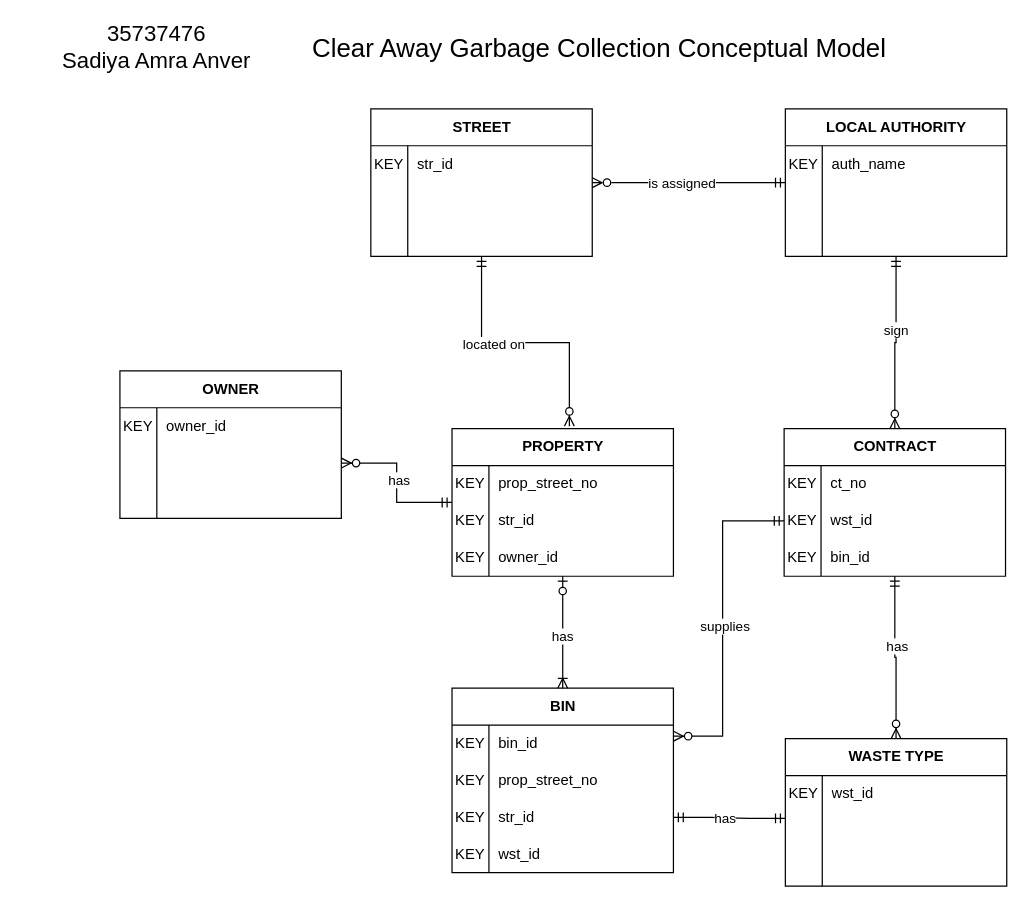
The draw.io diagram page "Entities and Keys" (1 of 3) of Assignments/Ass1/ca_conceptual.drawio in aanv0002/bigrig-movers-sql-database, before the edit. Source tidied: cells renumbered, new cells numbered last; positions are measured from the earlier drawing's top-left corner, leaving out a move shared by most shapes. Both pictures are drawn from the tidied source at 123%, with x=0, y=0 at pixel (21, 28).
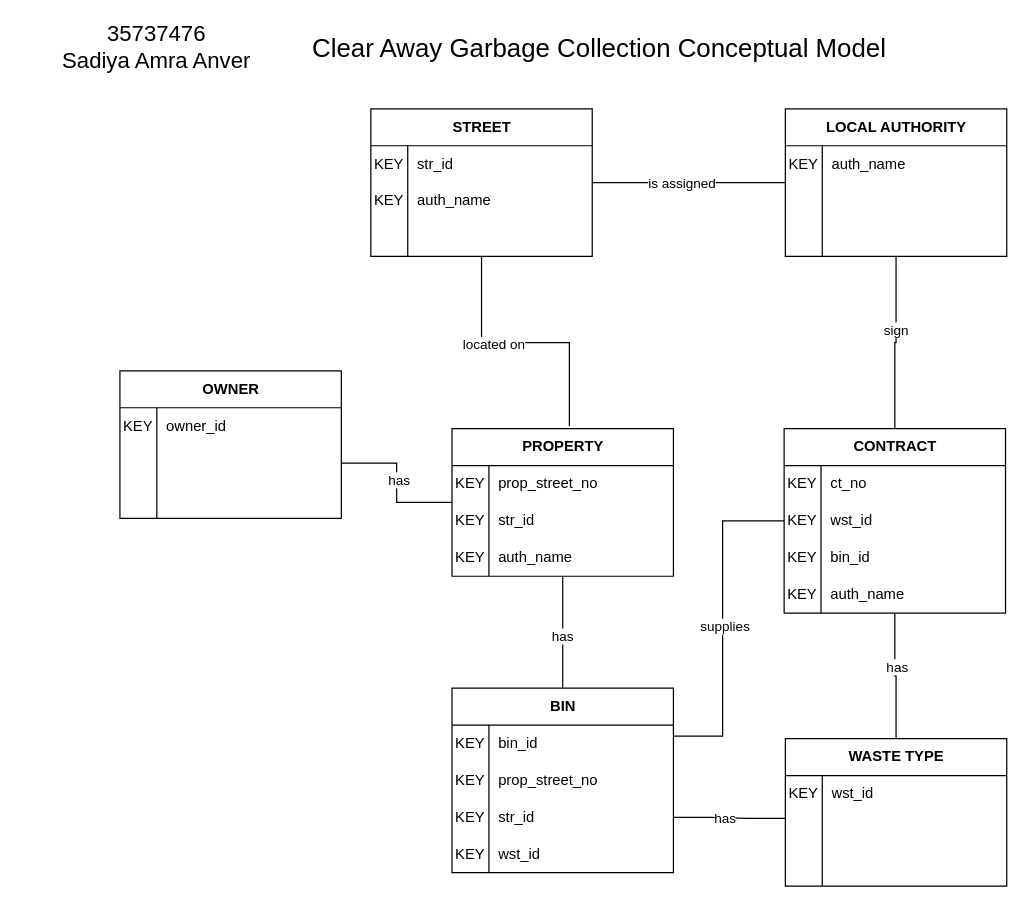
Above is the later version.

The change refers to these unchanged cells:
```xml
<mxCell id="2" value="LOCAL AUTHORITY" style="shape=table;startSize=30;childLayout=tableLayout;rowLines=0;fontStyle=1;align=center;html=1;" parent="1" vertex="1">
  <mxGeometry x="621" y="65" width="180" height="120" as="geometry" />
</mxCell>
<mxCell id="12" value="PROPERTY" style="shape=table;startSize=30;childLayout=tableLayout;rowLines=0;fontStyle=1;align=center;html=1;" parent="1" vertex="1">
  <mxGeometry x="350" y="325" width="180" height="120" as="geometry" />
</mxCell>
<mxCell id="19" style="shape=tableRow;horizontal=0;startSize=0;swimlaneHead=0;swimlaneBody=0;fillColor=none;top=0;left=0;right=0;bottom=0;" parent="12" vertex="1">
  <mxGeometry y="90" width="180" height="30" as="geometry" />
</mxCell>
<mxCell id="26" style="shape=tableRow;horizontal=0;startSize=0;swimlaneHead=0;swimlaneBody=0;fillColor=none;points=[[0,0.5],[1,0.5]];portConstraint=eastwest;top=0;left=0;right=0;bottom=0;" parent="22" vertex="1">
  <mxGeometry y="60" width="180" height="30" as="geometry" />
</mxCell>
<mxCell id="32" value="STREET" style="shape=table;startSize=30;childLayout=tableLayout;rowLines=0;fontStyle=1;align=center;html=1;" parent="1" vertex="1">
  <mxGeometry x="284" y="65" width="180" height="120" as="geometry" />
</mxCell>
<mxCell id="36" style="shape=tableRow;horizontal=0;startSize=0;swimlaneHead=0;swimlaneBody=0;fillColor=none;top=0;left=0;right=0;bottom=0;" parent="32" vertex="1">
  <mxGeometry y="60" width="180" height="30" as="geometry" />
</mxCell>
<mxCell id="42" value="BIN" style="shape=table;startSize=30;childLayout=tableLayout;rowLines=0;fontStyle=1;align=center;html=1;" parent="1" vertex="1">
  <mxGeometry x="350" y="536" width="180" height="150" as="geometry" />
</mxCell>
<mxCell id="49" style="shape=tableRow;horizontal=0;startSize=0;swimlaneHead=0;swimlaneBody=0;fillColor=none;points=[[0,0.5],[1,0.5]];portConstraint=eastwest;top=0;left=0;right=0;bottom=0;" parent="42" vertex="1">
  <mxGeometry y="90" width="180" height="30" as="geometry" />
</mxCell>
<mxCell id="55" value="WASTE TYPE" style="shape=table;startSize=30;childLayout=tableLayout;rowLines=0;fontStyle=1;align=center;html=1;" parent="1" vertex="1">
  <mxGeometry x="621" y="577" width="180" height="120" as="geometry" />
</mxCell>
<mxCell id="59" style="shape=tableRow;horizontal=0;startSize=0;swimlaneHead=0;swimlaneBody=0;fillColor=none;points=[[0,0.5],[1,0.5]];portConstraint=eastwest;top=0;left=0;right=0;bottom=0;" parent="55" vertex="1">
  <mxGeometry y="60" width="180" height="30" as="geometry" />
</mxCell>
<mxCell id="69" style="shape=tableRow;horizontal=0;startSize=0;swimlaneHead=0;swimlaneBody=0;fillColor=none;points=[[0,0.5],[1,0.5]];portConstraint=eastwest;top=0;left=0;right=0;bottom=0;" parent="65" vertex="1">
  <mxGeometry y="60" width="180" height="30" as="geometry" />
</mxCell>
```

Change to the diagram source:
```diff
@@
-    <mxCell id="20" value="KEY" style="shape=partialRectangle;fillColor=none;top=0;left=0;bottom=0;right=0;overflow=hidden;whiteSpace=wrap;html=1;" parent="19" vertex="1">
-      <mxGeometry width="30" height="30" as="geometry" />
-    </mxCell>
-    <mxCell id="21" value="owner_id" style="shape=partialRectangle;fillColor=none;top=0;left=0;bottom=0;right=0;align=left;spacingLeft=6;overflow=hidden;whiteSpace=wrap;html=1;" parent="19" vertex="1">
-      <mxGeometry x="30" width="150" height="30" as="geometry" />
-    </mxCell>
+    <mxCell id="93" value="KEY" style="shape=partialRectangle;fillColor=none;top=0;left=0;bottom=0;right=0;overflow=hidden;whiteSpace=wrap;html=1;" parent="19" vertex="1">
+      <mxGeometry width="30" height="30" as="geometry" />
+    </mxCell>
+    <mxCell id="94" value="auth_name" style="shape=partialRectangle;fillColor=none;top=0;left=0;bottom=0;right=0;align=left;spacingLeft=6;overflow=hidden;whiteSpace=wrap;html=1;" parent="19" vertex="1">
+      <mxGeometry x="30" width="150" height="30" as="geometry" />
+    </mxCell>
@@
-    <mxCell id="37" style="shape=partialRectangle;fillColor=none;top=0;left=0;bottom=0;right=0;overflow=hidden;whiteSpace=wrap;html=1;" parent="36" vertex="1">
+    <mxCell id="37" value="KEY" style="shape=partialRectangle;fillColor=none;top=0;left=0;bottom=0;right=0;overflow=hidden;whiteSpace=wrap;html=1;" parent="36" vertex="1">
       <mxGeometry width="30" height="30" as="geometry" />
     </mxCell>
-    <mxCell id="38" style="shape=partialRectangle;fillColor=none;top=0;left=0;bottom=0;right=0;align=left;spacingLeft=6;overflow=hidden;whiteSpace=wrap;html=1;" parent="36" vertex="1">
+    <mxCell id="38" value="auth_name" style="shape=partialRectangle;fillColor=none;top=0;left=0;bottom=0;right=0;align=left;spacingLeft=6;overflow=hidden;whiteSpace=wrap;html=1;" parent="36" vertex="1">
       <mxGeometry x="30" width="150" height="30" as="geometry" />
     </mxCell>
@@
     <mxCell id="65" value="CONTRACT" style="shape=table;startSize=30;childLayout=tableLayout;rowLines=0;fontStyle=1;align=center;html=1;" parent="1" vertex="1">
-      <mxGeometry x="620" y="325" width="180" height="120" as="geometry" />
+      <mxGeometry x="620" y="325" width="180" height="150" as="geometry" />
     </mxCell>
@@
+    <mxCell id="95" style="shape=tableRow;horizontal=0;startSize=0;swimlaneHead=0;swimlaneBody=0;fillColor=none;top=0;left=0;right=0;bottom=0;" parent="65" vertex="1">
+      <mxGeometry y="120" width="180" height="30" as="geometry" />
+    </mxCell>
+    <mxCell id="96" value="KEY" style="shape=partialRectangle;fillColor=none;top=0;left=0;bottom=0;right=0;overflow=hidden;whiteSpace=wrap;html=1;" parent="95" vertex="1">
+      <mxGeometry width="30" height="30" as="geometry" />
+    </mxCell>
+    <mxCell id="97" value="auth_name" style="shape=partialRectangle;fillColor=none;top=0;left=0;bottom=0;right=0;align=left;spacingLeft=6;overflow=hidden;whiteSpace=wrap;html=1;" parent="95" vertex="1">
+      <mxGeometry x="30" width="150" height="30" as="geometry" />
+    </mxCell>
-    <mxCell id="75" style="edgeStyle=orthogonalEdgeStyle;fontSize=12;html=1;endArrow=ERzeroToMany;startArrow=ERmandOne;rounded=0;endFill=0;" parent="1" edge="1" source="2" target="32">
+    <mxCell id="75" style="edgeStyle=orthogonalEdgeStyle;fontSize=12;html=1;endArrow=none;startArrow=none;rounded=0;endFill=0;startFill=0;" parent="1" edge="1" source="2" target="32">
       <mxGeometry relative="1" as="geometry" />
     </mxCell>
@@
-    <mxCell id="77" style="edgeStyle=entityRelationEdgeStyle;fontSize=12;html=1;endArrow=ERmandOne;startArrow=ERmandOne;rounded=0;exitX=0;exitY=0.161;exitDx=0;exitDy=0;exitPerimeter=0;entryX=1;entryY=0.5;entryDx=0;entryDy=0;" parent="1" edge="1" source="59" target="49">
+    <mxCell id="77" style="edgeStyle=entityRelationEdgeStyle;fontSize=12;html=1;endArrow=none;startArrow=none;rounded=0;exitX=0;exitY=0.161;exitDx=0;exitDy=0;exitPerimeter=0;entryX=1;entryY=0.5;entryDx=0;entryDy=0;startFill=0;endFill=0;" parent="1" edge="1" source="59" target="49">
       <mxGeometry relative="1" as="geometry" />
     </mxCell>
@@
-    <mxCell id="79" style="edgeStyle=orthogonalEdgeStyle;fontSize=12;html=1;endArrow=ERzeroToMany;startArrow=ERmandOne;rounded=0;" parent="1" edge="1" source="12" target="26">
+    <mxCell id="79" style="edgeStyle=orthogonalEdgeStyle;fontSize=12;html=1;endArrow=none;startArrow=none;rounded=0;startFill=0;endFill=0;" parent="1" edge="1" source="12" target="26">
       <mxGeometry relative="1" as="geometry" />
     </mxCell>
@@
-    <mxCell id="81" style="edgeStyle=orthogonalEdgeStyle;fontSize=12;html=1;endArrow=ERzeroToMany;startArrow=ERmandOne;rounded=0;entryX=0.53;entryY=-0.017;entryDx=0;entryDy=0;entryPerimeter=0;" parent="1" edge="1" source="32" target="12">
+    <mxCell id="81" style="edgeStyle=orthogonalEdgeStyle;fontSize=12;html=1;endArrow=none;startArrow=none;rounded=0;entryX=0.53;entryY=-0.017;entryDx=0;entryDy=0;entryPerimeter=0;endFill=0;startFill=0;" parent="1" edge="1" source="32" target="12">
       <mxGeometry relative="1" as="geometry" />
     </mxCell>
@@
-    <mxCell id="83" style="edgeStyle=orthogonalEdgeStyle;fontSize=12;html=1;endArrow=ERzeroToMany;startArrow=ERmandOne;rounded=0;" parent="1" edge="1" source="65" target="55">
+    <mxCell id="83" style="edgeStyle=orthogonalEdgeStyle;fontSize=12;html=1;endArrow=none;startArrow=none;rounded=0;startFill=0;endFill=0;" parent="1" edge="1" source="65" target="55">
       <mxGeometry relative="1" as="geometry" />
     </mxCell>
@@
-    <mxCell id="85" style="edgeStyle=orthogonalEdgeStyle;fontSize=12;html=1;endArrow=ERzeroToMany;startArrow=ERmandOne;rounded=0;entryX=0.5;entryY=0;entryDx=0;entryDy=0;" parent="1" edge="1" source="2" target="65">
+    <mxCell id="85" style="edgeStyle=orthogonalEdgeStyle;fontSize=12;html=1;endArrow=none;startArrow=none;rounded=0;entryX=0.5;entryY=0;entryDx=0;entryDy=0;endFill=0;startFill=0;" parent="1" edge="1" source="2" target="65">
       <mxGeometry relative="1" as="geometry" />
     </mxCell>
@@
-    <mxCell id="87" style="edgeStyle=orthogonalEdgeStyle;fontSize=12;html=1;endArrow=ERzeroToMany;startArrow=ERmandOne;rounded=0;exitX=0;exitY=0.5;exitDx=0;exitDy=0;" parent="1" edge="1" source="69" target="42">
+    <mxCell id="87" style="edgeStyle=orthogonalEdgeStyle;fontSize=12;html=1;endArrow=none;startArrow=none;rounded=0;exitX=0;exitY=0.5;exitDx=0;exitDy=0;endFill=0;startFill=0;" parent="1" edge="1" source="69" target="42">
       <mxGeometry relative="1" as="geometry">
         <Array as="points">
           <mxPoint x="570" y="400" />
           <mxPoint x="570" y="575" />
         </Array>
       </mxGeometry>
     </mxCell>
@@
-    <mxCell id="91" style="edgeStyle=orthogonalEdgeStyle;fontSize=12;html=1;endArrow=ERoneToMany;startArrow=ERzeroToOne;rounded=0;" parent="1" edge="1" source="12" target="42">
+    <mxCell id="91" style="edgeStyle=orthogonalEdgeStyle;fontSize=12;html=1;endArrow=none;startArrow=none;rounded=0;endFill=0;startFill=0;" parent="1" edge="1" source="12" target="42">
       <mxGeometry relative="1" as="geometry" />
     </mxCell>
```
